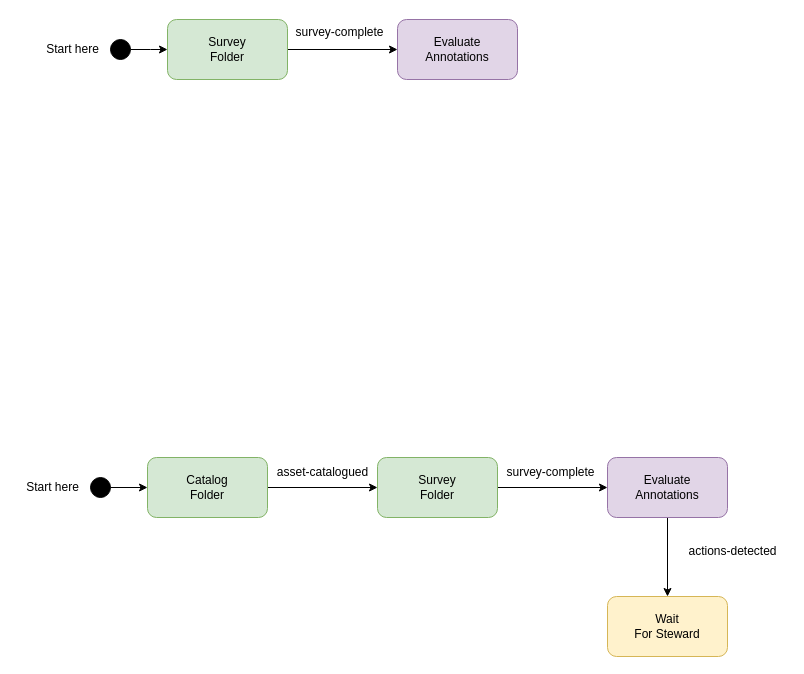
Earlier version of the draw.io diagram page "survey-follow-on" (1 of 7) of site/docs/concepts/governance-action-processes.drawio (odpi/egeria-docs). Source tidied: cells renumbered, new cells numbered last; positions are measured from the earlier drawing's top-left corner, leaving out a move shared by most shapes. Both pictures are drawn from the tidied source at 100%, with x=0, y=0 at pixel (17, 17).
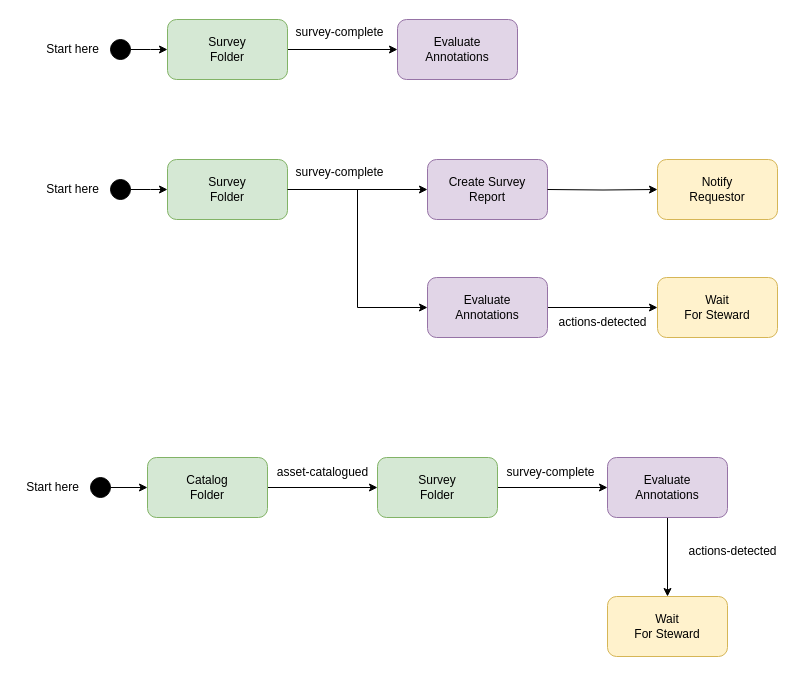
Above is the later version.

Change to the diagram source:
```diff
@@
+    <mxCell id="22" style="edgeStyle=orthogonalEdgeStyle;rounded=0;jettySize=auto;html=1;exitX=1;exitY=0.5;exitDx=0;exitDy=0;entryX=0;entryY=0.5;entryDx=0;entryDy=0;" parent="1" edge="1" source="23" target="28">
+      <mxGeometry relative="1" as="geometry" />
+    </mxCell>
+    <mxCell id="23" value="Survey&lt;br&gt;Folder" style="rounded=1;whiteSpace=wrap;html=1;fillColor=#d5e8d4;strokeColor=#82b366;" parent="1" vertex="1">
+      <mxGeometry x="150" y="142" width="120" height="60" as="geometry" />
+    </mxCell>
+    <mxCell id="24" style="edgeStyle=orthogonalEdgeStyle;rounded=0;jettySize=auto;html=1;" parent="1" edge="1" source="25">
+      <mxGeometry relative="1" as="geometry">
+        <mxPoint x="150" y="172" as="targetPoint" />
+      </mxGeometry>
+    </mxCell>
+    <mxCell id="25" style="ellipse;whiteSpace=wrap;html=1;fillColor=#000000;" parent="1" vertex="1">
+      <mxGeometry x="93" y="162" width="20" height="20" as="geometry" />
+    </mxCell>
+    <mxCell id="26" value="Start here" style="text;html=1;align=center;verticalAlign=middle;strokeColor=none;fillColor=none;" parent="1" vertex="1">
+      <mxGeometry x="20" y="162" width="70" height="20" as="geometry" />
+    </mxCell>
+    <mxCell id="27" style="edgeStyle=orthogonalEdgeStyle;rounded=0;jettySize=auto;html=1;exitX=1;exitY=0.5;exitDx=0;exitDy=0;" parent="1" edge="1" source="28" target="32">
+      <mxGeometry relative="1" as="geometry" />
+    </mxCell>
+    <mxCell id="28" value="Evaluate&lt;br&gt;Annotations" style="rounded=1;whiteSpace=wrap;html=1;fillColor=#e1d5e7;strokeColor=#9673a6;" parent="1" vertex="1">
+      <mxGeometry x="410" y="260" width="120" height="60" as="geometry" />
+    </mxCell>
+    <mxCell id="29" value="survey-complete" style="text;html=1;align=center;verticalAlign=middle;strokeColor=none;fillColor=none;" parent="1" vertex="1">
+      <mxGeometry x="267" y="140" width="110" height="30" as="geometry" />
+    </mxCell>
+    <mxCell id="30" style="edgeStyle=orthogonalEdgeStyle;rounded=0;jettySize=auto;html=1;exitX=1;exitY=0.5;exitDx=0;exitDy=0;entryX=0;entryY=0.5;entryDx=0;entryDy=0;" parent="1" edge="1" source="23" target="31">
+      <mxGeometry relative="1" as="geometry" />
+    </mxCell>
+    <mxCell id="31" value="Create Survey&lt;div&gt;Report&lt;/div&gt;" style="rounded=1;whiteSpace=wrap;html=1;fillColor=#e1d5e7;strokeColor=#9673a6;" parent="1" vertex="1">
+      <mxGeometry x="410" y="142" width="120" height="60" as="geometry" />
+    </mxCell>
+    <mxCell id="32" value="Wait&lt;br&gt;For Steward" style="rounded=1;whiteSpace=wrap;html=1;fillColor=#fff2cc;strokeColor=#d6b656;" parent="1" vertex="1">
+      <mxGeometry x="640" y="260" width="120" height="60" as="geometry" />
+    </mxCell>
+    <mxCell id="33" style="edgeStyle=orthogonalEdgeStyle;rounded=0;jettySize=auto;html=1;exitX=1;exitY=0.5;exitDx=0;exitDy=0;" parent="1" edge="1" target="34">
+      <mxGeometry relative="1" as="geometry">
+        <mxPoint x="530" y="172" as="sourcePoint" />
+      </mxGeometry>
+    </mxCell>
+    <mxCell id="34" value="Notify&lt;div&gt;Requestor&lt;/div&gt;" style="rounded=1;whiteSpace=wrap;html=1;fillColor=#fff2cc;strokeColor=#d6b656;" parent="1" vertex="1">
+      <mxGeometry x="640" y="142" width="120" height="60" as="geometry" />
+    </mxCell>
+    <mxCell id="35" value="actions-detected" style="text;html=1;align=center;verticalAlign=middle;strokeColor=none;fillColor=none;" parent="1" vertex="1">
+      <mxGeometry x="530" y="290" width="110" height="30" as="geometry" />
+    </mxCell>
```
